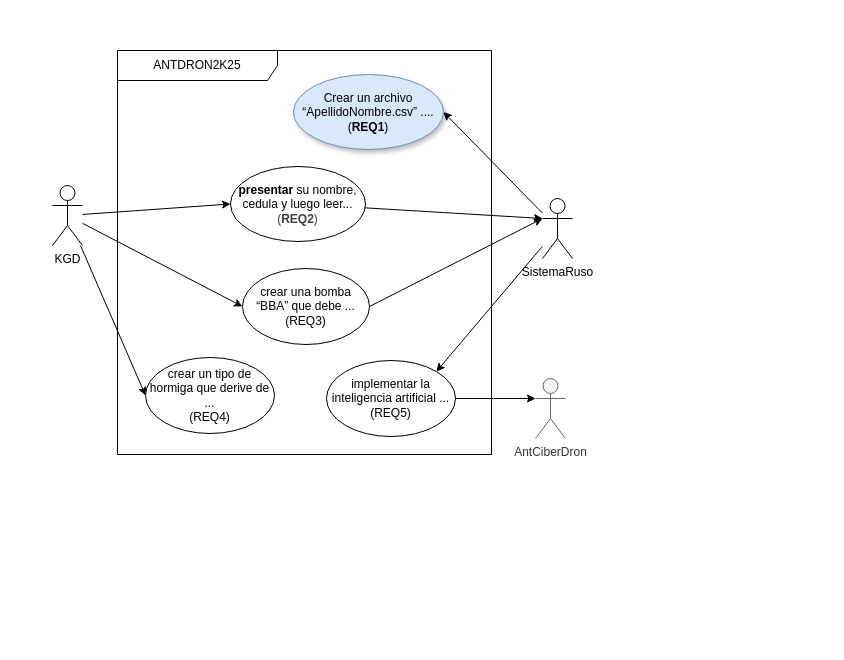
Before: doc/02_DiagramaCasoUso.drawio in Ariana0-0/aaPrueba_BII, a draw.io diagram. Source tidied: cells renumbered, new cells numbered last; positions are measured from the earlier drawing's top-left corner, leaving out a move shared by most shapes. Both pictures are drawn from the tidied source at 100%, with x=0, y=0 at pixel (52, 50).
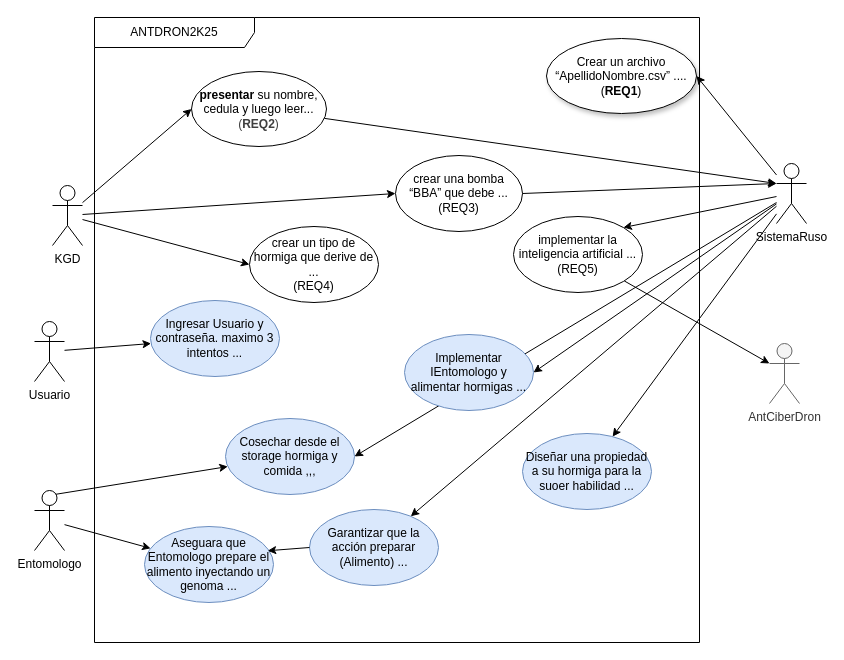
The same page after the edit.

The edit, as a diff of the source:
```diff
@@
+    <mxCell id="19" style="edgeStyle=none;html=1;entryX=1;entryY=0.5;entryDx=0;entryDy=0;" parent="1" edge="1" source="7" target="25">
+      <mxGeometry relative="1" as="geometry" />
+    </mxCell>
+    <mxCell id="20" style="edgeStyle=none;html=1;" parent="1" edge="1" source="7" target="26">
+      <mxGeometry relative="1" as="geometry" />
+    </mxCell>
+    <mxCell id="21" style="edgeStyle=none;html=1;entryX=1;entryY=0.5;entryDx=0;entryDy=0;" parent="1" edge="1" source="7" target="24">
+      <mxGeometry relative="1" as="geometry" />
+    </mxCell>
+    <mxCell id="22" style="edgeStyle=none;html=1;" parent="1" edge="1" source="7" target="27">
+      <mxGeometry relative="1" as="geometry" />
+    </mxCell>
     <mxCell id="7" value="SistemaRuso" style="shape=umlActor;verticalLabelPosition=bottom;verticalAlign=top;html=1;" parent="1" vertex="1">
-      <mxGeometry x="490" y="148" width="30" height="60" as="geometry" />
+      <mxGeometry x="724" y="113" width="30" height="60" as="geometry" />
     </mxCell>
     <mxCell id="8" value="ANTDRON2K25" style="shape=umlFrame;whiteSpace=wrap;html=1;width=160;" parent="1" vertex="1">
-      <mxGeometry x="65" width="374" height="404" as="geometry" />
+      <mxGeometry x="42" y="-33" width="605" height="625" as="geometry" />
     </mxCell>
     <mxCell id="9" value="crear una bomba “BBA” que debe ...&lt;div&gt;(REQ3)&lt;/div&gt;" style="ellipse;whiteSpace=wrap;html=1;" parent="8" vertex="1">
-      <mxGeometry x="125" y="218" width="127" height="76" as="geometry" />
+      <mxGeometry x="301" y="138" width="127" height="76" as="geometry" />
     </mxCell>
-    <mxCell id="10" value="Crear un archivo “ApellidoNombre.csv” ....&lt;div&gt;(&lt;b&gt;REQ1&lt;/b&gt;)&lt;/div&gt;" style="ellipse;whiteSpace=wrap;html=1;shadow=1;fillColor=#dae8fc;strokeColor=#6c8ebf;" parent="8" vertex="1">
-      <mxGeometry x="176" y="24" width="150" height="75" as="geometry" />
+    <mxCell id="10" value="Crear un archivo “ApellidoNombre.csv” ....&lt;div&gt;(&lt;b&gt;REQ1&lt;/b&gt;)&lt;/div&gt;" style="ellipse;whiteSpace=wrap;html=1;shadow=1;" parent="8" vertex="1">
+      <mxGeometry x="452" y="21" width="150" height="75" as="geometry" />
     </mxCell>
     <mxCell id="11" value="&lt;b&gt;presentar &lt;/b&gt;su nombre, cedula y luego leer...&lt;div&gt;&lt;span style=&quot;color: rgb(63, 63, 63);&quot;&gt;(&lt;b&gt;REQ2&lt;/b&gt;)&lt;/span&gt;&lt;/div&gt;" style="ellipse;whiteSpace=wrap;html=1;" parent="8" vertex="1">
-      <mxGeometry x="113" y="116" width="135" height="75" as="geometry" />
+      <mxGeometry x="97" y="54" width="135" height="75" as="geometry" />
     </mxCell>
     <mxCell id="12" value="crear un tipo de hormiga que derive de ...&lt;div&gt;(REQ4)&lt;/div&gt;" style="ellipse;whiteSpace=wrap;html=1;" parent="8" vertex="1">
-      <mxGeometry x="28" y="307" width="129" height="76" as="geometry" />
+      <mxGeometry x="155" y="209" width="129" height="76" as="geometry" />
     </mxCell>
     <mxCell id="13" value="implementar la inteligencia artificial ...&lt;div&gt;(REQ5)&lt;/div&gt;" style="ellipse;whiteSpace=wrap;html=1;" parent="8" vertex="1">
-      <mxGeometry x="209" y="310" width="129" height="76" as="geometry" />
+      <mxGeometry x="419" y="199" width="129" height="76" as="geometry" />
     </mxCell>
+    <mxCell id="23" value="Ingresar Usuario y contraseña. maximo 3 intentos ..." style="ellipse;whiteSpace=wrap;html=1;fillColor=#dae8fc;strokeColor=#6c8ebf;" parent="8" vertex="1">
+      <mxGeometry x="56" y="283" width="129" height="76" as="geometry" />
+    </mxCell>
+    <mxCell id="24" value="Cosechar desde el storage hormiga y comida ,,," style="ellipse;whiteSpace=wrap;html=1;fillColor=#dae8fc;strokeColor=#6c8ebf;" parent="8" vertex="1">
+      <mxGeometry x="131" y="401" width="129" height="76" as="geometry" />
+    </mxCell>
+    <mxCell id="25" value="Implementar IEntomologo y alimentar hormigas ..." style="ellipse;whiteSpace=wrap;html=1;fillColor=#dae8fc;strokeColor=#6c8ebf;" parent="8" vertex="1">
+      <mxGeometry x="310" y="317" width="129" height="76" as="geometry" />
+    </mxCell>
+    <mxCell id="26" value="Diseñar una propiedad a su hormiga para la suoer habilidad ..." style="ellipse;whiteSpace=wrap;html=1;fillColor=#dae8fc;strokeColor=#6c8ebf;" parent="8" vertex="1">
+      <mxGeometry x="428" y="416" width="129" height="76" as="geometry" />
+    </mxCell>
+    <mxCell id="27" value="Garantizar que la acción preparar (Alimento) ..." style="ellipse;whiteSpace=wrap;html=1;fillColor=#dae8fc;strokeColor=#6c8ebf;" parent="8" vertex="1">
+      <mxGeometry x="215" y="492" width="129" height="76" as="geometry" />
+    </mxCell>
+    <mxCell id="28" value="Aseguara que Entomologo prepare el alimento inyectando un genoma ..." style="ellipse;whiteSpace=wrap;html=1;fillColor=#dae8fc;strokeColor=#6c8ebf;" parent="8" vertex="1">
+      <mxGeometry x="50" y="509" width="129" height="76" as="geometry" />
+    </mxCell>
+    <mxCell id="29" style="edgeStyle=none;html=1;exitX=0;exitY=0.5;exitDx=0;exitDy=0;entryX=0.955;entryY=0.319;entryDx=0;entryDy=0;entryPerimeter=0;" parent="8" edge="1" source="27" target="28">
+      <mxGeometry relative="1" as="geometry" />
+    </mxCell>
@@
     <mxCell id="17" value="AntCiberDron" style="shape=umlActor;verticalLabelPosition=bottom;verticalAlign=top;html=1;fillColor=#f5f5f5;fontColor=#333333;strokeColor=#666666;" parent="1" vertex="1">
-      <mxGeometry x="483" y="328" width="30" height="60" as="geometry" />
+      <mxGeometry x="717" y="293" width="30" height="60" as="geometry" />
     </mxCell>
@@
+    <mxCell id="30" style="edgeStyle=none;html=1;" parent="1" edge="1" source="31" target="23">
+      <mxGeometry relative="1" as="geometry" />
+    </mxCell>
+    <mxCell id="31" value="Usuario" style="shape=umlActor;verticalLabelPosition=bottom;verticalAlign=top;html=1;" parent="1" vertex="1">
+      <mxGeometry x="-18" y="271" width="30" height="60" as="geometry" />
+    </mxCell>
+    <mxCell id="32" style="edgeStyle=none;html=1;exitX=0.25;exitY=0.1;exitDx=0;exitDy=0;exitPerimeter=0;" parent="1" edge="1" source="34" target="24">
+      <mxGeometry relative="1" as="geometry" />
+    </mxCell>
+    <mxCell id="33" style="edgeStyle=none;html=1;" parent="1" edge="1" source="34" target="28">
+      <mxGeometry relative="1" as="geometry" />
+    </mxCell>
+    <mxCell id="34" value="Entomologo" style="shape=umlActor;verticalLabelPosition=bottom;verticalAlign=top;html=1;" parent="1" vertex="1">
+      <mxGeometry x="-18" y="440" width="30" height="60" as="geometry" />
+    </mxCell>
```
